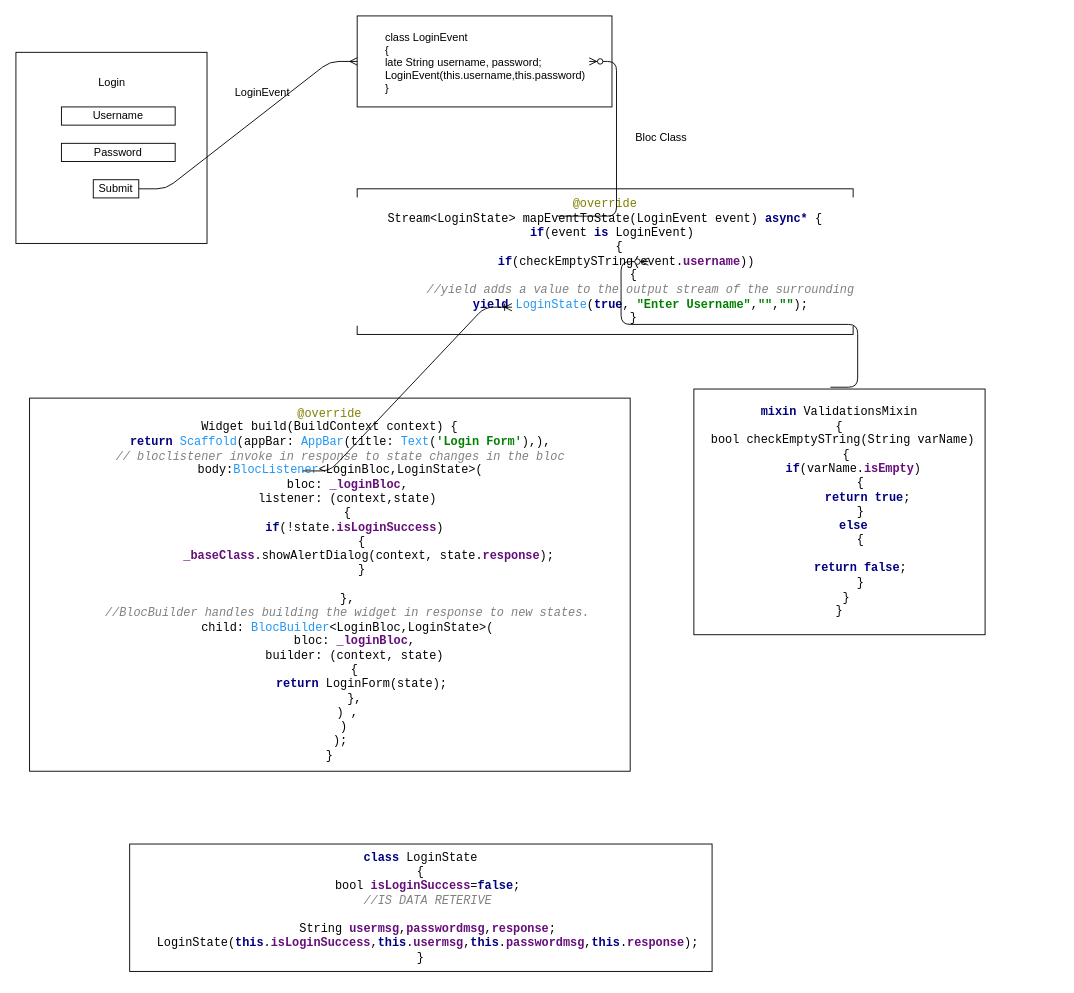
The draw.io diagram Untitled Diagram.drawio in Rpsaini/dev1, before the edit. Source tidied: cells renumbered, new cells numbered last; positions are measured from the earlier drawing's top-left corner, leaving out a move shared by most shapes. Both pictures are drawn from the tidied source at 91%, with x=0, y=0 at pixel (15, 15).
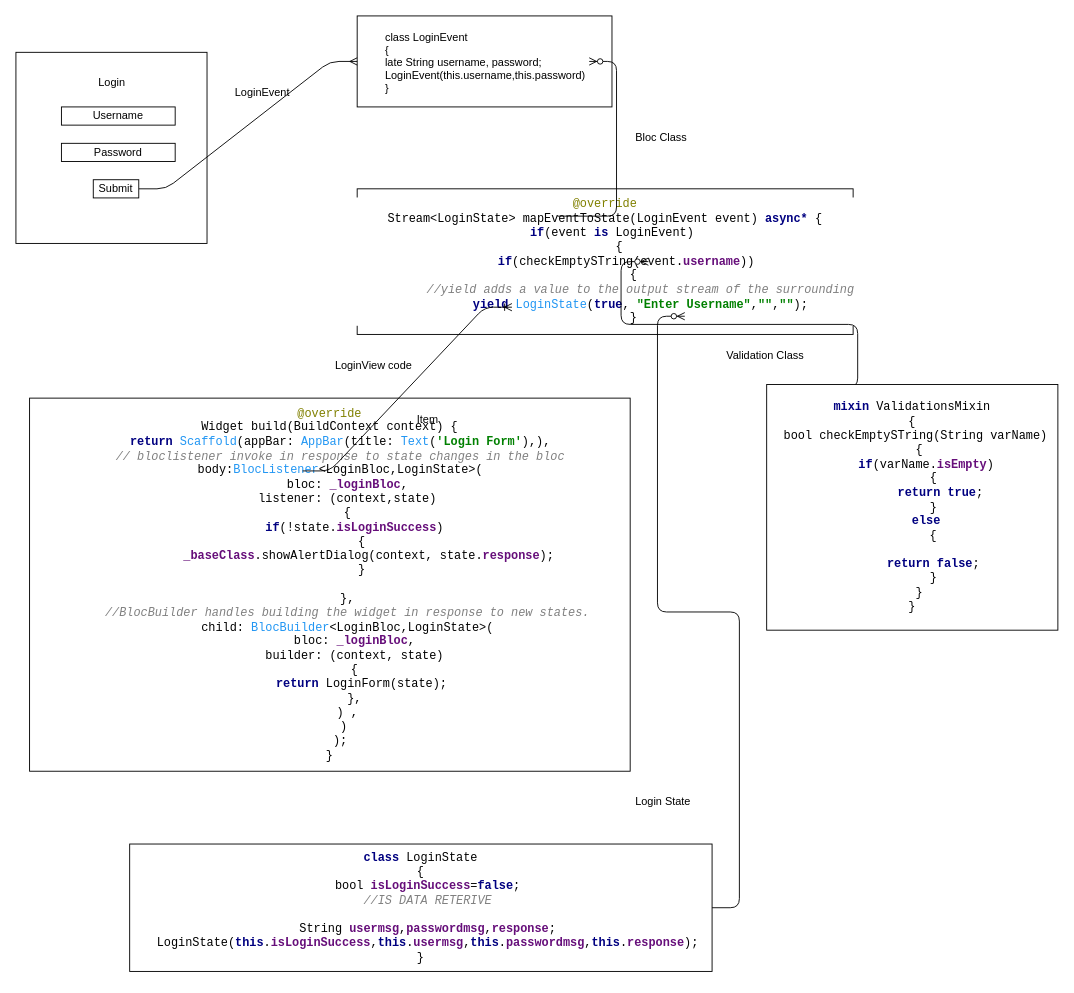
After the change.

Unchanged cells that the change refers to:
```xml
<mxCell id="3" value="&lt;pre style=&quot;background-color: #ffffff ; color: #000000 ; font-family: &amp;quot;consolas&amp;quot; , monospace ; font-size: 9.8pt&quot;&gt;&lt;span style=&quot;color: #000080 ; font-weight: bold&quot;&gt;class &lt;/span&gt;LoginState&lt;br&gt;{&lt;br&gt;  bool &lt;span style=&quot;color: #660e7a ; font-weight: bold&quot;&gt;isLoginSuccess&lt;/span&gt;=&lt;span style=&quot;color: #000080 ; font-weight: bold&quot;&gt;false&lt;/span&gt;;&lt;br&gt;  &lt;span style=&quot;color: #808080 ; font-style: italic&quot;&gt;//IS DATA RETERIVE&lt;br&gt;&lt;/span&gt;&lt;span style=&quot;color: #808080 ; font-style: italic&quot;&gt;&lt;br&gt;&lt;/span&gt;&lt;span style=&quot;color: #808080 ; font-style: italic&quot;&gt;  &lt;/span&gt;String &lt;span style=&quot;color: #660e7a ; font-weight: bold&quot;&gt;usermsg&lt;/span&gt;,&lt;span style=&quot;color: #660e7a ; font-weight: bold&quot;&gt;passwordmsg&lt;/span&gt;,&lt;span style=&quot;color: #660e7a ; font-weight: bold&quot;&gt;response&lt;/span&gt;;&lt;br&gt;  LoginState(&lt;span style=&quot;color: #000080 ; font-weight: bold&quot;&gt;this&lt;/span&gt;.&lt;span style=&quot;color: #660e7a ; font-weight: bold&quot;&gt;isLoginSuccess&lt;/span&gt;,&lt;span style=&quot;color: #000080 ; font-weight: bold&quot;&gt;this&lt;/span&gt;.&lt;span style=&quot;color: #660e7a ; font-weight: bold&quot;&gt;usermsg&lt;/span&gt;,&lt;span style=&quot;color: #000080 ; font-weight: bold&quot;&gt;this&lt;/span&gt;.&lt;span style=&quot;color: #660e7a ; font-weight: bold&quot;&gt;passwordmsg&lt;/span&gt;,&lt;span style=&quot;color: #000080 ; font-weight: bold&quot;&gt;this&lt;/span&gt;.&lt;span style=&quot;color: #660e7a ; font-weight: bold&quot;&gt;response&lt;/span&gt;);&lt;br&gt;}&lt;/pre&gt;" style="rounded=0;whiteSpace=wrap;html=1;" parent="1" vertex="1">
  <mxGeometry x="125" y="910" width="640" height="140" as="geometry" />
</mxCell>
```

What changed in the source:
```diff
@@
     <mxCell id="15" value="&lt;pre style=&quot;background-color: #ffffff ; color: #000000 ; font-family: &amp;quot;consolas&amp;quot; , monospace ; font-size: 9.8pt&quot;&gt;&lt;span style=&quot;color: #000080 ; font-weight: bold&quot;&gt;mixin &lt;/span&gt;ValidationsMixin&lt;br&gt;{&lt;br&gt; bool checkEmptySTring(String varName)&lt;br&gt;  {&lt;br&gt;    &lt;span style=&quot;color: #000080 ; font-weight: bold&quot;&gt;if&lt;/span&gt;(varName.&lt;span style=&quot;color: #660e7a ; font-weight: bold&quot;&gt;isEmpty&lt;/span&gt;)&lt;br&gt;      {&lt;br&gt;        &lt;span style=&quot;color: #000080 ; font-weight: bold&quot;&gt;return true&lt;/span&gt;;&lt;br&gt;      }&lt;br&gt;    &lt;span style=&quot;color: #000080 ; font-weight: bold&quot;&gt;else&lt;br&gt;&lt;/span&gt;&lt;span style=&quot;color: #000080 ; font-weight: bold&quot;&gt;      &lt;/span&gt;{&lt;br&gt;&lt;br&gt;      &lt;span style=&quot;color: #000080 ; font-weight: bold&quot;&gt;return false&lt;/span&gt;;&lt;br&gt;      }&lt;br&gt;  }&lt;br&gt;}&lt;/pre&gt;" style="whiteSpace=wrap;html=1;align=center;" parent="1" vertex="1">
-      <mxGeometry x="745" y="410" width="320" height="270" as="geometry" />
+      <mxGeometry x="825" y="405" width="320" height="270" as="geometry" />
     </mxCell>
@@
+    <mxCell id="19" value="LoginView code" style="text;strokeColor=none;fillColor=none;spacingLeft=4;spacingRight=4;overflow=hidden;fontSize=12;" parent="1" vertex="1">
+      <mxGeometry x="345" y="370" width="100" height="30" as="geometry" />
+    </mxCell>
+    <mxCell id="20" value="Item" style="text;strokeColor=none;fillColor=none;spacingLeft=4;spacingRight=4;overflow=hidden;fontSize=12;" parent="1" vertex="1">
+      <mxGeometry x="435" y="430" width="40" height="30" as="geometry" />
+    </mxCell>
+    <mxCell id="21" value="Validation Class" style="text;strokeColor=none;fillColor=none;spacingLeft=4;spacingRight=4;overflow=hidden;fontSize=12;" parent="1" vertex="1">
+      <mxGeometry x="775" y="360" width="110" height="30" as="geometry" />
+    </mxCell>
+    <mxCell id="22" style="edgeStyle=entityRelationEdgeStyle;fontSize=12;html=1;endArrow=ERzeroToMany;endFill=1;" parent="1" edge="1" source="3">
+      <mxGeometry relative="1" as="geometry">
+        <mxPoint x="735" y="330" as="targetPoint" />
+      </mxGeometry>
+    </mxCell>
+    <mxCell id="23" value="Login State" style="text;strokeColor=none;fillColor=none;spacingLeft=4;spacingRight=4;overflow=hidden;fontSize=12;" parent="1" vertex="1">
+      <mxGeometry x="675" y="850" width="90" height="30" as="geometry" />
+    </mxCell>
```
